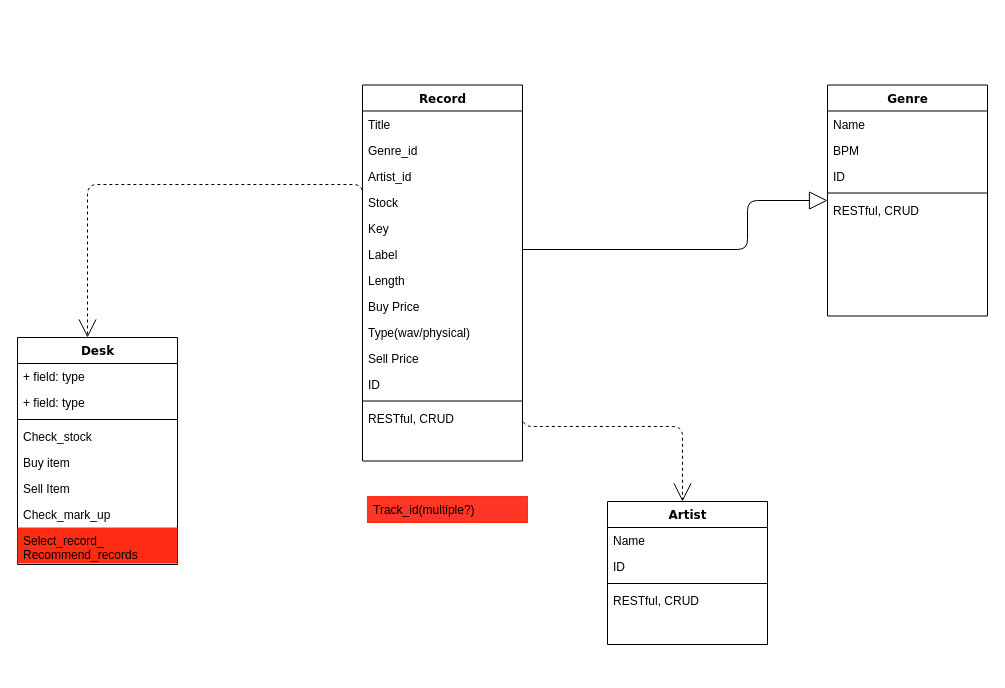
Before: solo_project_dj_store_class_diagram.drawio in dnbhed/record-store-solo-project, a draw.io diagram. Source tidied: cells renumbered, new cells numbered last; positions are measured from the earlier drawing's top-left corner, leaving out a move shared by most shapes. Both pictures are drawn from the tidied source at 100%, with x=0, y=0 at pixel (17, 84).
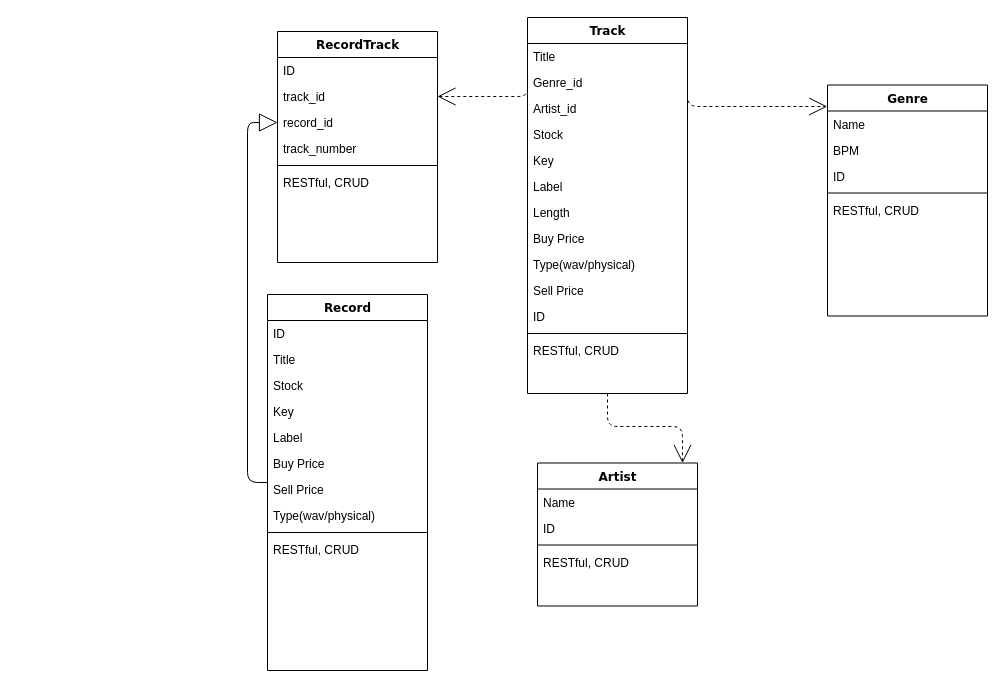
The same page after the edit.

Unchanged cells that the change refers to:
```xml
<mxCell id="2" value="Genre" style="swimlane;html=1;fontStyle=1;align=center;verticalAlign=top;horizontal=1;startSize=26;swimlaneFillColor=#ffffff;rounded=0;shadow=0;comic=0;labelBackgroundColor=none;strokeColor=#000000;strokeWidth=1;fillColor=none;fontFamily=Verdana;fontSize=12;fontColor=#000000;" parent="1" vertex="1">
  <mxGeometry x="810" y="0.5" width="160" height="231" as="geometry" />
</mxCell>
<mxCell id="3" value="Name" style="text;html=1;strokeColor=none;fillColor=none;align=left;verticalAlign=top;spacingLeft=4;spacingRight=4;whiteSpace=wrap;overflow=hidden;points=[[0,0.5],[1,0.5]];portConstraint=eastwest;" parent="2" vertex="1">
  <mxGeometry y="26" width="160" height="26" as="geometry" />
</mxCell>
```

Change to the diagram source:
```diff
@@
-    <mxCell id="8" style="edgeStyle=elbowEdgeStyle;html=1;labelBackgroundColor=none;startFill=0;startSize=8;endArrow=open;endFill=0;endSize=16;fontFamily=Verdana;fontSize=12;elbow=vertical;dashed=1;exitX=1;exitY=0.5;exitDx=0;exitDy=0;" parent="1" edge="1" source="18" target="9">
+    <mxCell id="8" style="edgeStyle=elbowEdgeStyle;html=1;labelBackgroundColor=none;startFill=0;startSize=8;endArrow=open;endFill=0;endSize=16;fontFamily=Verdana;fontSize=12;elbow=vertical;dashed=1;exitX=0.5;exitY=1;exitDx=0;exitDy=0;" parent="1" edge="1" source="40" target="9">
       <mxGeometry relative="1" as="geometry">
         <Array as="points">
           <mxPoint x="665" y="342" />
         </Array>
       </mxGeometry>
     </mxCell>
     <mxCell id="9" value="Artist" style="swimlane;html=1;fontStyle=1;align=center;verticalAlign=top;horizontal=1;startSize=26;swimlaneFillColor=#ffffff;rounded=0;shadow=0;comic=0;labelBackgroundColor=none;strokeColor=#000000;strokeWidth=1;fillColor=none;fontFamily=Verdana;fontSize=12;fontColor=#000000;" parent="1" vertex="1">
-      <mxGeometry x="590" y="417" width="160" height="143" as="geometry" />
+      <mxGeometry x="520" y="378.5" width="160" height="143" as="geometry" />
     </mxCell>
@@
-    <mxCell id="14" style="edgeStyle=orthogonalEdgeStyle;html=1;labelBackgroundColor=none;startFill=0;startSize=8;endArrow=block;endFill=0;endSize=16;fontFamily=Verdana;fontSize=12;" parent="1" edge="1" source="15" target="2">
+    <mxCell id="14" style="edgeStyle=orthogonalEdgeStyle;html=1;labelBackgroundColor=none;startFill=0;startSize=8;endArrow=block;endFill=0;endSize=16;fontFamily=Verdana;fontSize=12;entryX=0;entryY=0.5;entryDx=0;entryDy=0;" parent="1" edge="1" source="15" target="54">
       <mxGeometry relative="1" as="geometry">
         <Array as="points">
-          <mxPoint x="730" y="165" />
-          <mxPoint x="730" y="116" />
+          <mxPoint x="230" y="38" />
         </Array>
       </mxGeometry>
     </mxCell>
     <mxCell id="15" value="Record" style="swimlane;html=1;fontStyle=1;align=center;verticalAlign=top;horizontal=1;startSize=26;swimlaneFillColor=#ffffff;rounded=0;shadow=0;comic=0;labelBackgroundColor=none;strokeColor=#000000;strokeWidth=1;fillColor=none;fontFamily=Verdana;fontSize=12;fontColor=#000000;" parent="1" vertex="1">
-      <mxGeometry x="345" y="0.5" width="160" height="376" as="geometry" />
+      <mxGeometry x="250" y="210" width="160" height="376" as="geometry" />
     </mxCell>
+    <mxCell id="26" value="ID" style="text;html=1;strokeColor=none;fillColor=none;align=left;verticalAlign=top;spacingLeft=4;spacingRight=4;whiteSpace=wrap;overflow=hidden;" parent="15" vertex="1">
+      <mxGeometry y="26" width="160" height="26" as="geometry" />
+    </mxCell>
     <mxCell id="16" value="Title" style="text;html=1;strokeColor=none;fillColor=none;align=left;verticalAlign=top;spacingLeft=4;spacingRight=4;whiteSpace=wrap;overflow=hidden;" parent="15" vertex="1">
-      <mxGeometry y="26" width="160" height="26" as="geometry" />
+      <mxGeometry y="52" width="160" height="26" as="geometry" />
     </mxCell>
-    <mxCell id="17" value="Genre_id" style="text;html=1;strokeColor=none;fillColor=none;align=left;verticalAlign=top;spacingLeft=4;spacingRight=4;whiteSpace=wrap;overflow=hidden;points=[[0,0.5],[1,0.5]];portConstraint=eastwest;" parent="15" vertex="1">
-      <mxGeometry y="52" width="160" height="26" as="geometry" />
-    </mxCell>
-    <mxCell id="18" value="Artist_id" style="text;html=1;strokeColor=none;fillColor=none;align=left;verticalAlign=top;spacingLeft=4;spacingRight=4;whiteSpace=wrap;overflow=hidden;points=[[0,0.5],[1,0.5]];portConstraint=eastwest;" parent="15" vertex="1">
-      <mxGeometry y="78" width="160" height="26" as="geometry" />
-    </mxCell>
     <mxCell id="19" value="Stock" style="text;html=1;strokeColor=none;fillColor=none;align=left;verticalAlign=top;spacingLeft=4;spacingRight=4;whiteSpace=wrap;overflow=hidden;points=[[0,0.5],[1,0.5]];portConstraint=eastwest;" parent="15" vertex="1">
-      <mxGeometry y="104" width="160" height="26" as="geometry" />
+      <mxGeometry y="78" width="160" height="26" as="geometry" />
     </mxCell>
     <mxCell id="20" value="Key" style="text;html=1;strokeColor=none;fillColor=none;align=left;verticalAlign=top;spacingLeft=4;spacingRight=4;whiteSpace=wrap;overflow=hidden;" parent="15" vertex="1">
-      <mxGeometry y="130" width="160" height="26" as="geometry" />
+      <mxGeometry y="104" width="160" height="26" as="geometry" />
     </mxCell>
     <mxCell id="21" value="Label" style="text;html=1;strokeColor=none;fillColor=none;align=left;verticalAlign=top;spacingLeft=4;spacingRight=4;whiteSpace=wrap;overflow=hidden;" parent="15" vertex="1">
-      <mxGeometry y="156" width="160" height="26" as="geometry" />
+      <mxGeometry y="130" width="160" height="26" as="geometry" />
     </mxCell>
-    <mxCell id="22" value="Length" style="text;html=1;strokeColor=none;fillColor=none;align=left;verticalAlign=top;spacingLeft=4;spacingRight=4;whiteSpace=wrap;overflow=hidden;" parent="15" vertex="1">
-      <mxGeometry y="182" width="160" height="26" as="geometry" />
-    </mxCell>
     <mxCell id="23" value="Buy Price" style="text;html=1;strokeColor=none;fillColor=none;align=left;verticalAlign=top;spacingLeft=4;spacingRight=4;whiteSpace=wrap;overflow=hidden;" parent="15" vertex="1">
-      <mxGeometry y="208" width="160" height="26" as="geometry" />
+      <mxGeometry y="156" width="160" height="26" as="geometry" />
     </mxCell>
+    <mxCell id="25" value="Sell Price" style="text;html=1;strokeColor=none;fillColor=none;align=left;verticalAlign=top;spacingLeft=4;spacingRight=4;whiteSpace=wrap;overflow=hidden;" parent="15" vertex="1">
+      <mxGeometry y="182" width="160" height="26" as="geometry" />
+    </mxCell>
     <mxCell id="24" value="Type(wav/physical)" style="text;html=1;strokeColor=none;fillColor=none;align=left;verticalAlign=top;spacingLeft=4;spacingRight=4;whiteSpace=wrap;overflow=hidden;" parent="15" vertex="1">
-      <mxGeometry y="234" width="160" height="26" as="geometry" />
+      <mxGeometry y="208" width="160" height="26" as="geometry" />
     </mxCell>
-    <mxCell id="25" value="Sell Price" style="text;html=1;strokeColor=none;fillColor=none;align=left;verticalAlign=top;spacingLeft=4;spacingRight=4;whiteSpace=wrap;overflow=hidden;" parent="15" vertex="1">
-      <mxGeometry y="260" width="160" height="26" as="geometry" />
-    </mxCell>
-    <mxCell id="26" value="ID" style="text;html=1;strokeColor=none;fillColor=none;align=left;verticalAlign=top;spacingLeft=4;spacingRight=4;whiteSpace=wrap;overflow=hidden;" parent="15" vertex="1">
-      <mxGeometry y="286" width="160" height="26" as="geometry" />
-    </mxCell>
     <mxCell id="27" style="line;html=1;strokeWidth=1;fillColor=none;align=left;verticalAlign=middle;spacingTop=-1;spacingLeft=3;spacingRight=3;labelPosition=right;" parent="15" vertex="1">
-      <mxGeometry y="312" width="160" height="8" as="geometry" />
+      <mxGeometry y="234" width="160" height="8" as="geometry" />
     </mxCell>
     <mxCell id="28" value="RESTful, CRUD" style="text;html=1;strokeColor=none;fillColor=none;align=left;verticalAlign=top;spacingLeft=4;spacingRight=4;whiteSpace=wrap;overflow=hidden;" parent="15" vertex="1">
-      <mxGeometry y="320" width="160" height="26" as="geometry" />
+      <mxGeometry y="242" width="160" height="26" as="geometry" />
     </mxCell>
-    <mxCell id="29" value="Desk" style="swimlane;html=1;fontStyle=1;align=center;verticalAlign=top;horizontal=1;startSize=26;swimlaneFillColor=#ffffff;rounded=0;shadow=0;comic=0;labelBackgroundColor=none;strokeColor=#000000;strokeWidth=1;fillColor=none;fontFamily=Verdana;fontSize=12;fontColor=#000000;" parent="1" vertex="1">
-      <mxGeometry y="253" width="160" height="227" as="geometry" />
-    </mxCell>
-    <mxCell id="30" value="+ field: type" style="text;html=1;strokeColor=none;fillColor=none;align=left;verticalAlign=top;spacingLeft=4;spacingRight=4;whiteSpace=wrap;overflow=hidden;" parent="29" vertex="1">
-      <mxGeometry y="26" width="160" height="26" as="geometry" />
-    </mxCell>
-    <mxCell id="31" value="+ field: type" style="text;html=1;strokeColor=none;fillColor=none;align=left;verticalAlign=top;spacingLeft=4;spacingRight=4;whiteSpace=wrap;overflow=hidden;" parent="29" vertex="1">
-      <mxGeometry y="52" width="160" height="26" as="geometry" />
-    </mxCell>
-    <mxCell id="32" style="line;html=1;strokeWidth=1;fillColor=none;align=left;verticalAlign=middle;spacingTop=-1;spacingLeft=3;spacingRight=3;labelPosition=right;" parent="29" vertex="1">
-      <mxGeometry y="78" width="160" height="8" as="geometry" />
-    </mxCell>
-    <mxCell id="33" value="Check_stock" style="text;html=1;strokeColor=none;fillColor=none;align=left;verticalAlign=top;spacingLeft=4;spacingRight=4;whiteSpace=wrap;overflow=hidden;" parent="29" vertex="1">
-      <mxGeometry y="86" width="160" height="26" as="geometry" />
-    </mxCell>
-    <mxCell id="34" value="Buy item" style="text;html=1;strokeColor=none;fillColor=none;align=left;verticalAlign=top;spacingLeft=4;spacingRight=4;whiteSpace=wrap;overflow=hidden;" parent="29" vertex="1">
-      <mxGeometry y="112" width="160" height="26" as="geometry" />
-    </mxCell>
-    <mxCell id="35" value="Sell Item" style="text;html=1;strokeColor=none;fillColor=none;align=left;verticalAlign=top;spacingLeft=4;spacingRight=4;whiteSpace=wrap;overflow=hidden;" parent="29" vertex="1">
-      <mxGeometry y="138" width="160" height="26" as="geometry" />
-    </mxCell>
-    <mxCell id="36" value="Check_mark_up" style="text;html=1;strokeColor=none;fillColor=none;align=left;verticalAlign=top;spacingLeft=4;spacingRight=4;whiteSpace=wrap;overflow=hidden;" parent="29" vertex="1">
-      <mxGeometry y="164" width="160" height="26" as="geometry" />
-    </mxCell>
-    <mxCell id="37" value="Select_record_&lt;br&gt;Recommend_records" style="text;html=1;strokeColor=none;fillColor=#FF2C14;align=left;verticalAlign=top;spacingLeft=4;spacingRight=4;whiteSpace=wrap;overflow=hidden;" parent="29" vertex="1">
-      <mxGeometry y="190" width="160" height="36" as="geometry" />
-    </mxCell>
-    <mxCell id="38" style="edgeStyle=orthogonalEdgeStyle;html=1;labelBackgroundColor=none;startFill=0;startSize=8;endArrow=open;endFill=0;endSize=16;fontFamily=Verdana;fontSize=12;dashed=1;entryX=0.25;entryY=0;entryDx=0;entryDy=0;exitX=0;exitY=0.5;exitDx=0;exitDy=0;" parent="1" edge="1" source="19">
-      <mxGeometry relative="1" as="geometry">
-        <mxPoint x="70" y="253" as="targetPoint" />
-        <Array as="points">
-          <mxPoint x="70" y="100" />
-        </Array>
-      </mxGeometry>
-    </mxCell>
-    <mxCell id="39" value="Track_id(multiple?)" style="text;html=1;strokeColor=#FF2F0F;fillColor=#FF3526;align=left;verticalAlign=top;spacingLeft=4;spacingRight=4;whiteSpace=wrap;overflow=hidden;" parent="1" vertex="1">
-      <mxGeometry x="350" y="412" width="160" height="26" as="geometry" />
-    </mxCell>
+    <mxCell id="40" value="Track" style="swimlane;html=1;fontStyle=1;align=center;verticalAlign=top;horizontal=1;startSize=26;swimlaneFillColor=#ffffff;rounded=0;shadow=0;comic=0;labelBackgroundColor=none;strokeColor=#000000;strokeWidth=1;fillColor=none;fontFamily=Verdana;fontSize=12;fontColor=#000000;" parent="1" vertex="1">
+      <mxGeometry x="510" y="-67" width="160" height="376" as="geometry" />
+    </mxCell>
+    <mxCell id="41" value="Title" style="text;html=1;strokeColor=none;fillColor=none;align=left;verticalAlign=top;spacingLeft=4;spacingRight=4;whiteSpace=wrap;overflow=hidden;" parent="40" vertex="1">
+      <mxGeometry y="26" width="160" height="26" as="geometry" />
+    </mxCell>
+    <mxCell id="17" value="Genre_id" style="text;html=1;strokeColor=none;fillColor=none;align=left;verticalAlign=top;spacingLeft=4;spacingRight=4;whiteSpace=wrap;overflow=hidden;points=[[0,0.5],[1,0.5]];portConstraint=eastwest;" parent="40" vertex="1">
+      <mxGeometry y="52" width="160" height="26" as="geometry" />
+    </mxCell>
+    <mxCell id="18" value="Artist_id" style="text;html=1;strokeColor=none;fillColor=none;align=left;verticalAlign=top;spacingLeft=4;spacingRight=4;whiteSpace=wrap;overflow=hidden;points=[[0,0.5],[1,0.5]];portConstraint=eastwest;" parent="40" vertex="1">
+      <mxGeometry y="78" width="160" height="26" as="geometry" />
+    </mxCell>
+    <mxCell id="42" value="Stock" style="text;html=1;strokeColor=none;fillColor=none;align=left;verticalAlign=top;spacingLeft=4;spacingRight=4;whiteSpace=wrap;overflow=hidden;" parent="40" vertex="1">
+      <mxGeometry y="104" width="160" height="26" as="geometry" />
+    </mxCell>
+    <mxCell id="43" value="Key" style="text;html=1;strokeColor=none;fillColor=none;align=left;verticalAlign=top;spacingLeft=4;spacingRight=4;whiteSpace=wrap;overflow=hidden;" parent="40" vertex="1">
+      <mxGeometry y="130" width="160" height="26" as="geometry" />
+    </mxCell>
+    <mxCell id="44" value="Label" style="text;html=1;strokeColor=none;fillColor=none;align=left;verticalAlign=top;spacingLeft=4;spacingRight=4;whiteSpace=wrap;overflow=hidden;" parent="40" vertex="1">
+      <mxGeometry y="156" width="160" height="26" as="geometry" />
+    </mxCell>
+    <mxCell id="22" value="Length" style="text;html=1;strokeColor=none;fillColor=none;align=left;verticalAlign=top;spacingLeft=4;spacingRight=4;whiteSpace=wrap;overflow=hidden;" parent="40" vertex="1">
+      <mxGeometry y="182" width="160" height="26" as="geometry" />
+    </mxCell>
+    <mxCell id="45" value="Buy Price" style="text;html=1;strokeColor=none;fillColor=none;align=left;verticalAlign=top;spacingLeft=4;spacingRight=4;whiteSpace=wrap;overflow=hidden;" parent="40" vertex="1">
+      <mxGeometry y="208" width="160" height="26" as="geometry" />
+    </mxCell>
+    <mxCell id="46" value="Type(wav/physical)" style="text;html=1;strokeColor=none;fillColor=none;align=left;verticalAlign=top;spacingLeft=4;spacingRight=4;whiteSpace=wrap;overflow=hidden;" parent="40" vertex="1">
+      <mxGeometry y="234" width="160" height="26" as="geometry" />
+    </mxCell>
+    <mxCell id="47" value="Sell Price" style="text;html=1;strokeColor=none;fillColor=none;align=left;verticalAlign=top;spacingLeft=4;spacingRight=4;whiteSpace=wrap;overflow=hidden;" parent="40" vertex="1">
+      <mxGeometry y="260" width="160" height="26" as="geometry" />
+    </mxCell>
+    <mxCell id="48" value="ID" style="text;html=1;strokeColor=none;fillColor=none;align=left;verticalAlign=top;spacingLeft=4;spacingRight=4;whiteSpace=wrap;overflow=hidden;" parent="40" vertex="1">
+      <mxGeometry y="286" width="160" height="26" as="geometry" />
+    </mxCell>
+    <mxCell id="49" style="line;html=1;strokeWidth=1;fillColor=none;align=left;verticalAlign=middle;spacingTop=-1;spacingLeft=3;spacingRight=3;labelPosition=right;" parent="40" vertex="1">
+      <mxGeometry y="312" width="160" height="8" as="geometry" />
+    </mxCell>
+    <mxCell id="50" value="RESTful, CRUD" style="text;html=1;strokeColor=none;fillColor=none;align=left;verticalAlign=top;spacingLeft=4;spacingRight=4;whiteSpace=wrap;overflow=hidden;" parent="40" vertex="1">
+      <mxGeometry y="320" width="160" height="26" as="geometry" />
+    </mxCell>
+    <mxCell id="51" value="RecordTrack" style="swimlane;html=1;fontStyle=1;align=center;verticalAlign=top;horizontal=1;startSize=26;swimlaneFillColor=#ffffff;rounded=0;shadow=0;comic=0;labelBackgroundColor=none;strokeColor=#000000;strokeWidth=1;fillColor=none;fontFamily=Verdana;fontSize=12;fontColor=#000000;" parent="1" vertex="1">
+      <mxGeometry x="260" y="-53" width="160" height="231" as="geometry" />
+    </mxCell>
+    <mxCell id="52" value="ID" style="text;html=1;strokeColor=none;fillColor=none;align=left;verticalAlign=top;spacingLeft=4;spacingRight=4;whiteSpace=wrap;overflow=hidden;" parent="51" vertex="1">
+      <mxGeometry y="26" width="160" height="26" as="geometry" />
+    </mxCell>
+    <mxCell id="53" value="track_id" style="text;html=1;strokeColor=none;fillColor=none;align=left;verticalAlign=top;spacingLeft=4;spacingRight=4;whiteSpace=wrap;overflow=hidden;points=[[0,0.5],[1,0.5]];portConstraint=eastwest;" parent="51" vertex="1">
+      <mxGeometry y="52" width="160" height="26" as="geometry" />
+    </mxCell>
+    <mxCell id="54" value="record_id" style="text;html=1;strokeColor=none;fillColor=none;align=left;verticalAlign=top;spacingLeft=4;spacingRight=4;whiteSpace=wrap;overflow=hidden;points=[[0,0.5],[1,0.5]];portConstraint=eastwest;" parent="51" vertex="1">
+      <mxGeometry y="78" width="160" height="26" as="geometry" />
+    </mxCell>
+    <mxCell id="55" value="track_number" style="text;html=1;strokeColor=none;fillColor=none;align=left;verticalAlign=top;spacingLeft=4;spacingRight=4;whiteSpace=wrap;overflow=hidden;" parent="51" vertex="1">
+      <mxGeometry y="104" width="160" height="26" as="geometry" />
+    </mxCell>
+    <mxCell id="56" style="line;html=1;strokeWidth=1;fillColor=none;align=left;verticalAlign=middle;spacingTop=-1;spacingLeft=3;spacingRight=3;labelPosition=right;" parent="51" vertex="1">
+      <mxGeometry y="130" width="160" height="8" as="geometry" />
+    </mxCell>
+    <mxCell id="57" value="RESTful, CRUD" style="text;html=1;strokeColor=none;fillColor=none;align=left;verticalAlign=top;spacingLeft=4;spacingRight=4;whiteSpace=wrap;overflow=hidden;" parent="51" vertex="1">
+      <mxGeometry y="138" width="160" height="30" as="geometry" />
+    </mxCell>
+    <mxCell id="58" style="edgeStyle=elbowEdgeStyle;html=1;labelBackgroundColor=none;startFill=0;startSize=8;endArrow=open;endFill=0;endSize=16;fontFamily=Verdana;fontSize=12;elbow=vertical;dashed=1;exitX=0;exitY=0.5;exitDx=0;exitDy=0;entryX=1;entryY=0.5;entryDx=0;entryDy=0;" parent="1" edge="1" source="17" target="53">
+      <mxGeometry relative="1" as="geometry">
+        <Array as="points">
+          <mxPoint x="460" y="12" />
+        </Array>
+      </mxGeometry>
+    </mxCell>
+    <mxCell id="59" style="edgeStyle=elbowEdgeStyle;html=1;labelBackgroundColor=none;startFill=0;startSize=8;endArrow=open;endFill=0;endSize=16;fontFamily=Verdana;fontSize=12;elbow=vertical;dashed=1;exitX=1;exitY=0.5;exitDx=0;exitDy=0;entryX=-0.002;entryY=-0.135;entryDx=0;entryDy=0;entryPerimeter=0;" parent="1" edge="1" source="17" target="3">
+      <mxGeometry relative="1" as="geometry">
+        <Array as="points">
+          <mxPoint x="760" y="22" />
+          <mxPoint x="750" y="2" />
+        </Array>
+      </mxGeometry>
+    </mxCell>
```
